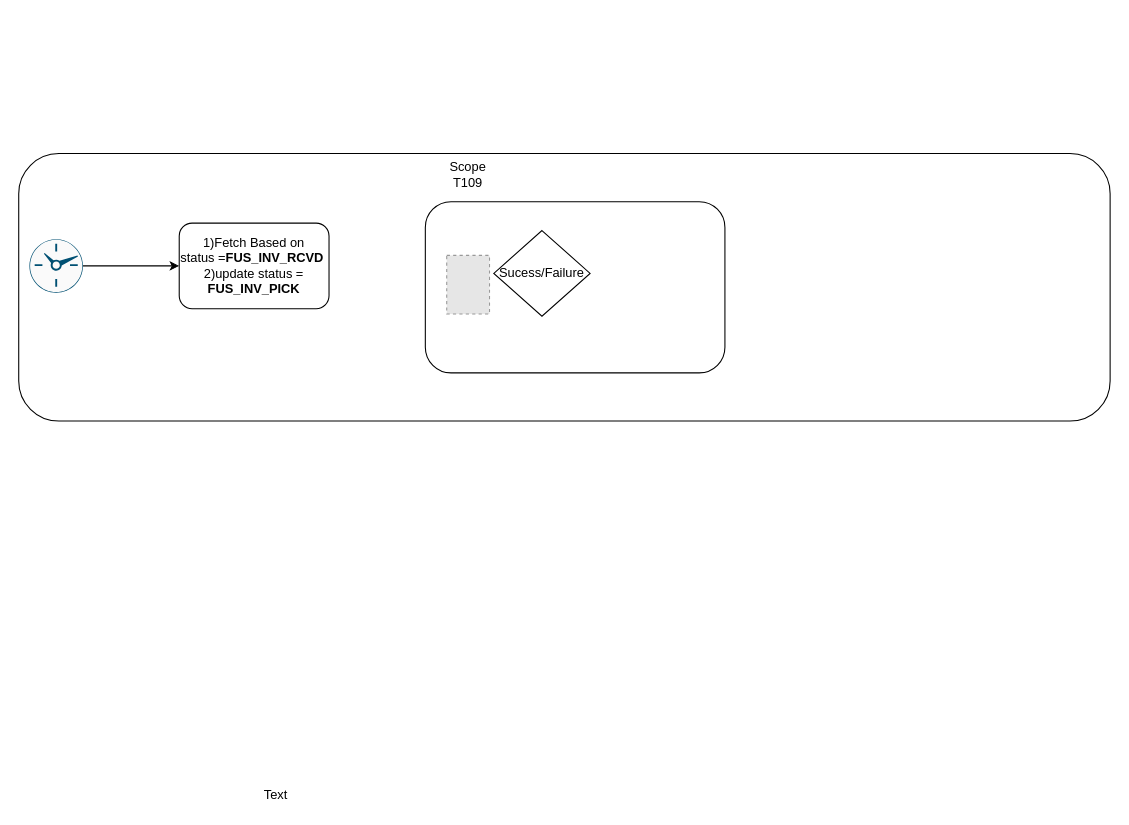
This is MTN_ENHANCED.drawio from anantwag19/Workspace, a draw.io file, before an edit. Source tidied: cells renumbered, new cells numbered last; positions are measured from the earlier drawing's top-left corner, leaving out a move shared by most shapes. Both pictures are drawn from the tidied source at 107%, with x=0, y=0 at pixel (18, 153). Pictures stored in the file or linked from it are replaced by grey dashed boxes.
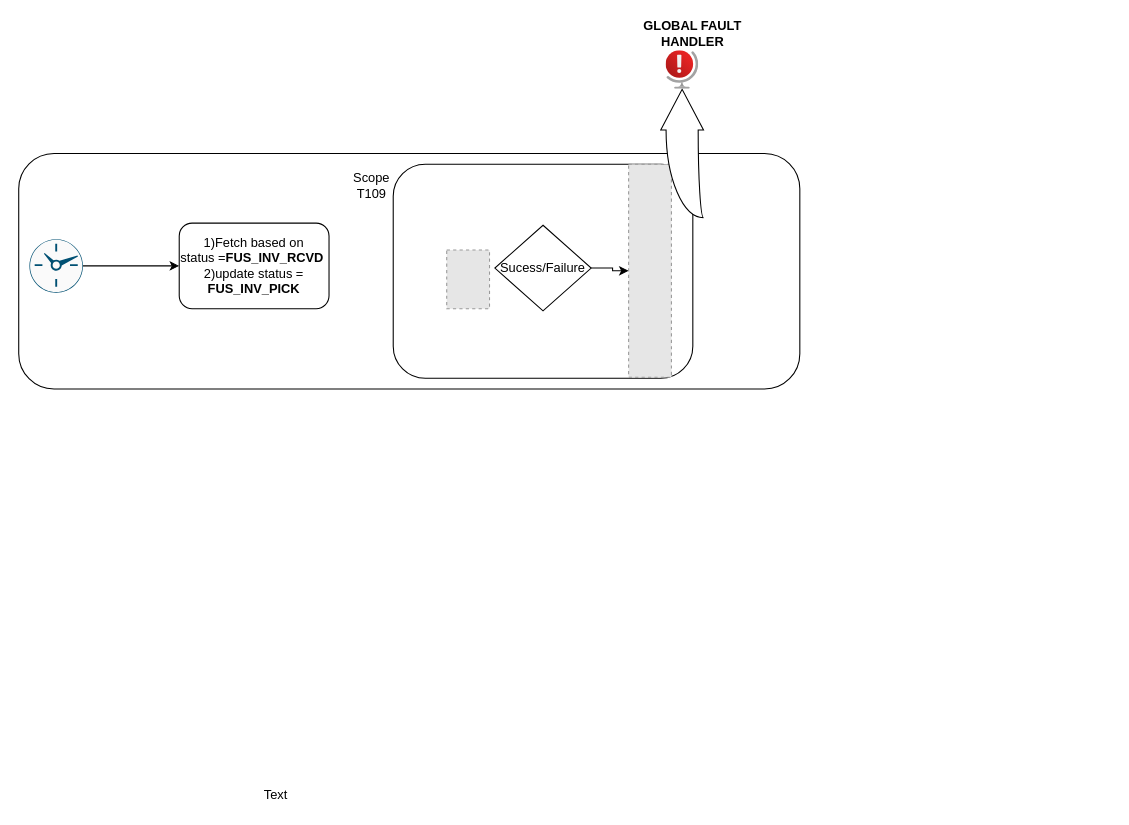
Above is the later version.

Change to the diagram source:
```diff
@@
 <mxGraphModel>
   <root>
     <mxCell id="0" />
     <mxCell id="1" parent="0" />
     <mxCell id="2" style="rounded=1;whiteSpace=wrap;html=1;" parent="1" vertex="1">
-      <mxGeometry width="1020" height="250" as="geometry" />
+      <mxGeometry width="730" height="220" as="geometry" />
     </mxCell>
     <mxCell id="3" style="edgeStyle=orthogonalEdgeStyle;rounded=0;jettySize=auto;html=1;" parent="1" edge="1" source="4" target="5">
       <mxGeometry relative="1" as="geometry" />
     </mxCell>
     <mxCell id="4" style="points=[[0.5,0,0],[1,0.5,0],[0.5,1,0],[0,0.5,0],[0.145,0.145,0],[0.8555,0.145,0],[0.855,0.8555,0],[0.145,0.855,0]];verticalLabelPosition=bottom;html=1;verticalAlign=top;align=center;shape=mxgraph.cisco19.rect;prIcon=clock;fillColor=#FAFAFA;strokeColor=#005073;" parent="1" vertex="1">
       <mxGeometry x="10" y="80" width="50" height="50" as="geometry" />
     </mxCell>
-    <mxCell id="5" value="&lt;div&gt;1)Fetch Based on &lt;br&gt;&lt;/div&gt;&lt;div&gt;status =&lt;b&gt;FUS_INV_RCVD&amp;nbsp;&lt;/b&gt;&lt;br&gt;&lt;/div&gt;&lt;div&gt; 2)update status =&lt;/div&gt;  &lt;b&gt;FUS_INV_PICK&lt;/b&gt;" style="rounded=1;whiteSpace=wrap;html=1;" parent="1" vertex="1">
+    <mxCell id="5" value="&lt;div&gt;1)Fetch based on &lt;br&gt;&lt;/div&gt;&lt;div&gt;status =&lt;b&gt;FUS_INV_RCVD&amp;nbsp;&lt;/b&gt;&lt;br&gt;&lt;/div&gt;&lt;div&gt; 2)update status =&lt;/div&gt;  &lt;b&gt;FUS_INV_PICK&lt;/b&gt;" style="rounded=1;whiteSpace=wrap;html=1;" parent="1" vertex="1">
       <mxGeometry x="150" y="65" width="140" height="80" as="geometry" />
     </mxCell>
     <mxCell id="6" style="rounded=1;whiteSpace=wrap;html=1;" parent="1" vertex="1">
-      <mxGeometry x="380" y="45" width="280" height="160" as="geometry" />
+      <mxGeometry x="350" y="10" width="280" height="200" as="geometry" />
     </mxCell>
     <mxCell id="7" value="Scope T109" style="text;html=1;strokeColor=none;fillColor=none;align=center;verticalAlign=middle;whiteSpace=wrap;rounded=0;" parent="1" vertex="1">
-      <mxGeometry x="400" y="10" width="40" height="20" as="geometry" />
+      <mxGeometry x="310" y="20" width="40" height="20" as="geometry" />
     </mxCell>
     <mxCell id="8" value="Text" style="text;html=1;align=center;verticalAlign=middle;strokeColor=none;" parent="1" vertex="1">
       <mxGeometry x="220" y="590" width="40" height="20" as="geometry" />
     </mxCell>
+    <mxCell id="11" style="edgeStyle=orthogonalEdgeStyle;rounded=0;jettySize=auto;html=1;" parent="1" edge="1" source="9" target="12">
+      <mxGeometry relative="1" as="geometry" />
+    </mxCell>
     <mxCell id="9" value="Sucess/Failure" style="rhombus;whiteSpace=wrap;html=1;" parent="1" vertex="1">
-      <mxGeometry x="444" y="72" width="90" height="80" as="geometry" />
+      <mxGeometry x="445" y="67" width="90" height="80" as="geometry" />
     </mxCell>
     <mxCell id="10" style="fillColor=#E6E6E6;strokeColor=#999999;dashed=1;verticalLabelPosition=bottom;labelBackgroundColor=#ffffff;verticalAlign=top;" parent="1" vertex="1">
-      <mxGeometry x="400" y="95.2" width="40" height="54.8" as="geometry" />
+      <mxGeometry x="400" y="90.2" width="40" height="54.8" as="geometry" />
     </mxCell>
+    <mxCell id="12" style="fillColor=#E6E6E6;strokeColor=#999999;dashed=1;verticalLabelPosition=bottom;labelBackgroundColor=#ffffff;verticalAlign=top;" parent="1" vertex="1">
+      <mxGeometry x="570" y="10" width="40" height="199.1" as="geometry" />
+    </mxCell>
+    <mxCell id="13" style="html=1;shadow=0;dashed=0;align=center;verticalAlign=middle;shape=mxgraph.arrows2.jumpInArrow;dy=15;dx=38;arrowHead=55;direction=north;" parent="1" vertex="1">
+      <mxGeometry x="600" y="-60" width="40" height="120" as="geometry" />
+    </mxCell>
+    <mxCell id="14" style="html=1;align=center;image;fontSize=12;image=img/lib/azure2/general/Globe_Error.svg;" parent="1" vertex="1">
+      <mxGeometry x="605" y="-96" width="30.6" height="36" as="geometry" />
+    </mxCell>
+    <mxCell id="15" value="GLOBAL FAULT HANDLER" style="text;html=1;strokeColor=none;fillColor=none;align=center;verticalAlign=middle;whiteSpace=wrap;rounded=0;fontStyle=1;" parent="1" vertex="1">
+      <mxGeometry x="570" y="-120" width="120" height="16" as="geometry" />
+    </mxCell>
   </root>
 </mxGraphModel>
```
